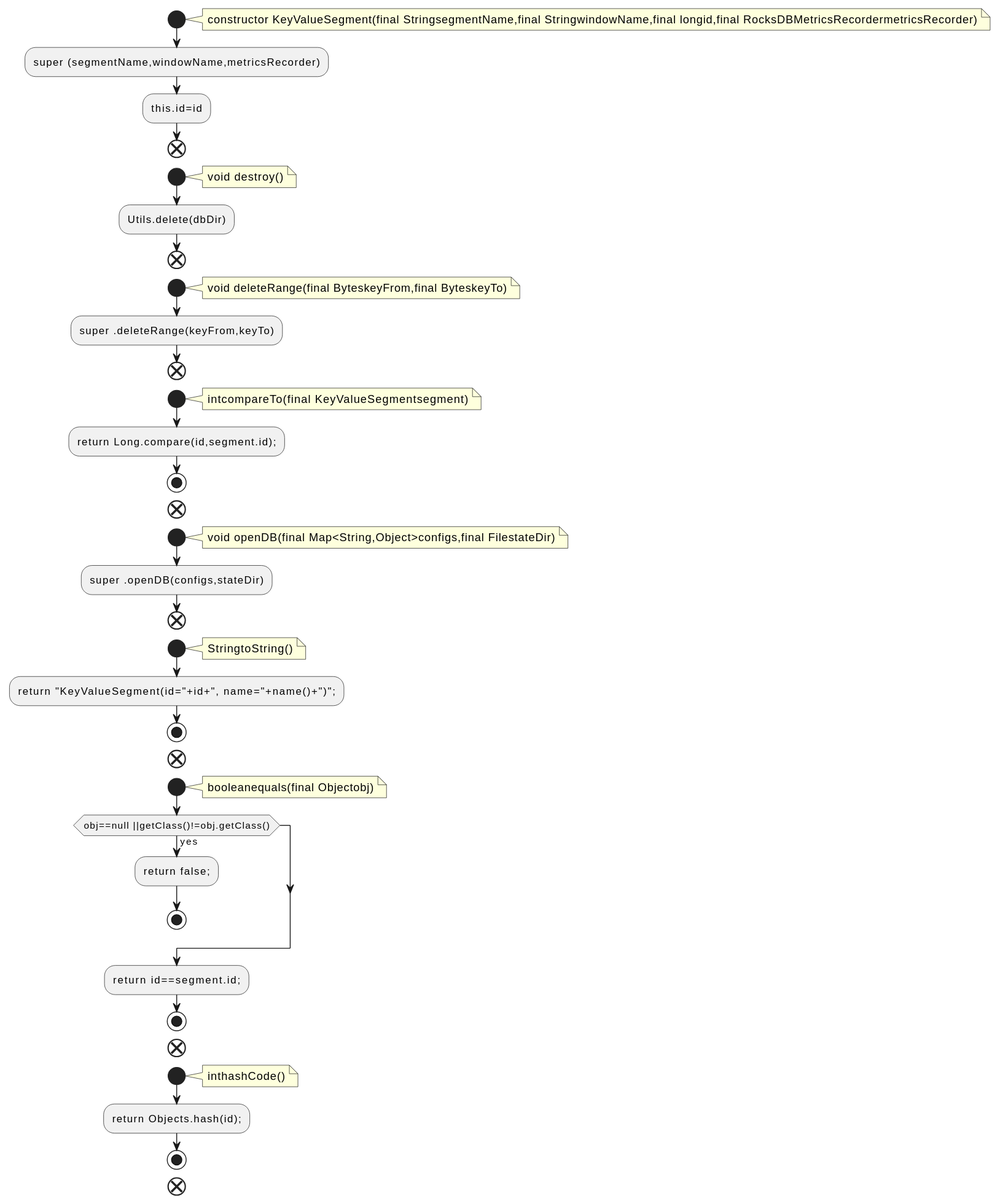
Earlier version of the PlantUML export docs/qc/streams/src/main/java/org/apache/kafka/streams/state/internals/KeyValueSegment.java.fct.svg (qualitesys/kafka). Its diagram source:
```plantuml
@startuml
!pragma layout smetana
start
note right
constructor KeyValueSegment(final StringsegmentName,final StringwindowName,final longid,final RocksDBMetricsRecordermetricsRecorder)
end note
:super (segmentName,windowName,metricsRecorder);
:this.id=id;
end
start
note right
void destroy()
end note
:Utils.delete(dbDir);
end
start
note right
void deleteRange(final ByteskeyFrom,final ByteskeyTo)
end note
:super .deleteRange(keyFrom,keyTo);
end
start
note right
intcompareTo(final KeyValueSegmentsegment)
end note
:return Long.compare(id,segment.id);;
stop
end
start
note right
void openDB(final Map<String,Object>configs,final FilestateDir)
end note
:super .openDB(configs,stateDir);
end
start
note right
StringtoString()
end note
:return "KeyValueSegment(id="+id+", name="+name()+")";;
stop
end
start
note right
booleanequals(final Objectobj)
end note
if (obj==null ||getClass()!=obj.getClass()) then (yes)
:return false;;
stop
endif
:return id==segment.id;;
stop
end
start
note right
inthashCode()
end note
:return Objects.hash(id);;
stop
end
@enduml
```
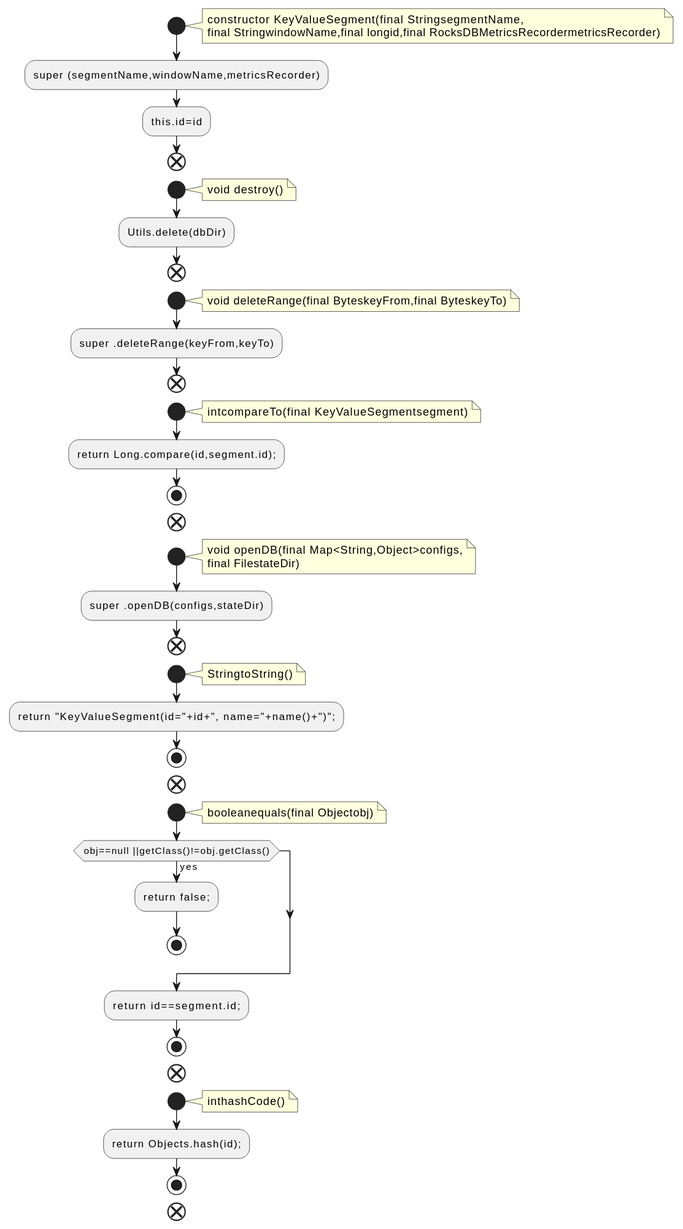
After the commit.

The edit, as a diff of the source:
```diff
@@ -2,7 +2,8 @@
 !pragma layout smetana
 start
 note right
-constructor KeyValueSegment(final StringsegmentName,final StringwindowName,final longid,final RocksDBMetricsRecordermetricsRecorder)
+constructor KeyValueSegment(final StringsegmentName,
+final StringwindowName,final longid,final RocksDBMetricsRecordermetricsRecorder)
 end note
 :super (segmentName,windowName,metricsRecorder);
 :this.id=id;
@@ -28,7 +29,8 @@
 end
 start
 note right
-void openDB(final Map<String,Object>configs,final FilestateDir)
+void openDB(final Map<String,Object>configs,
+final FilestateDir)
 end note
 :super .openDB(configs,stateDir);
 end
```
